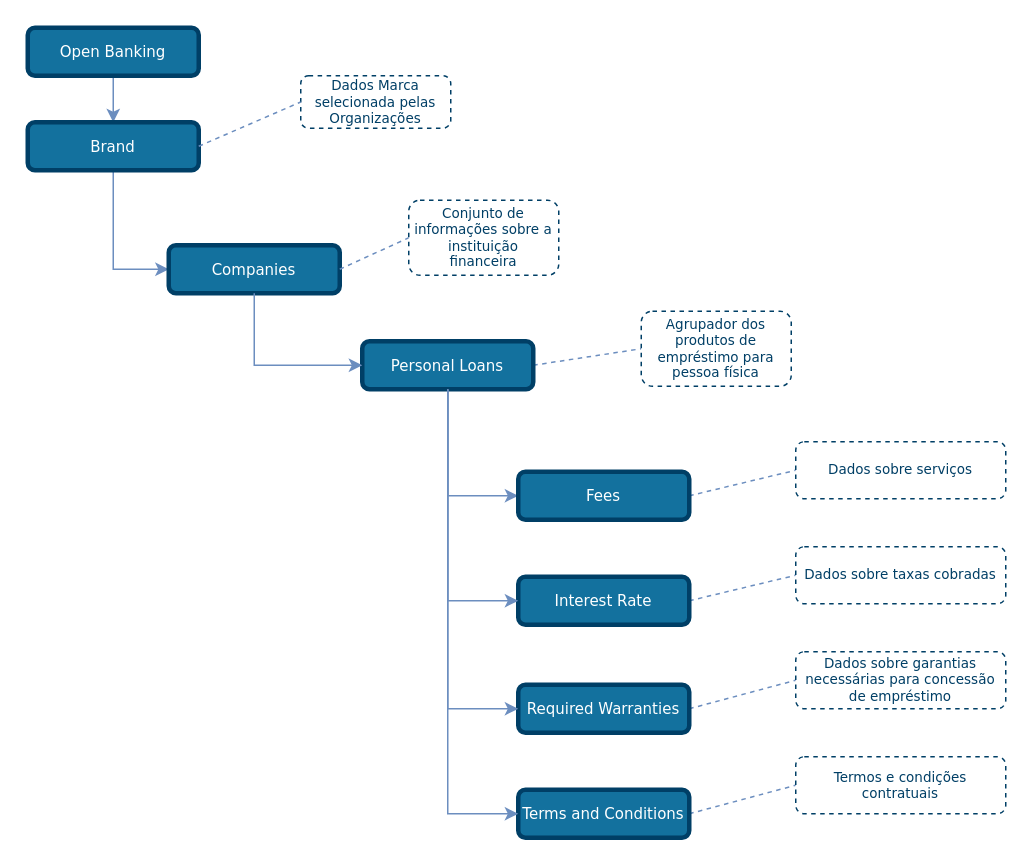
Earlier version of the draw.io diagram draw_io_diagrams/TLD_Personal_Loans_v1.drawio (OpenBanking-Brasil/areadesenvolvedor). Source tidied: cells renumbered, new cells numbered last; positions are measured from the earlier drawing's top-left corner, leaving out a move shared by most shapes. Both pictures are drawn from the tidied source at 150%, with x=0, y=0 at pixel (27, 27).
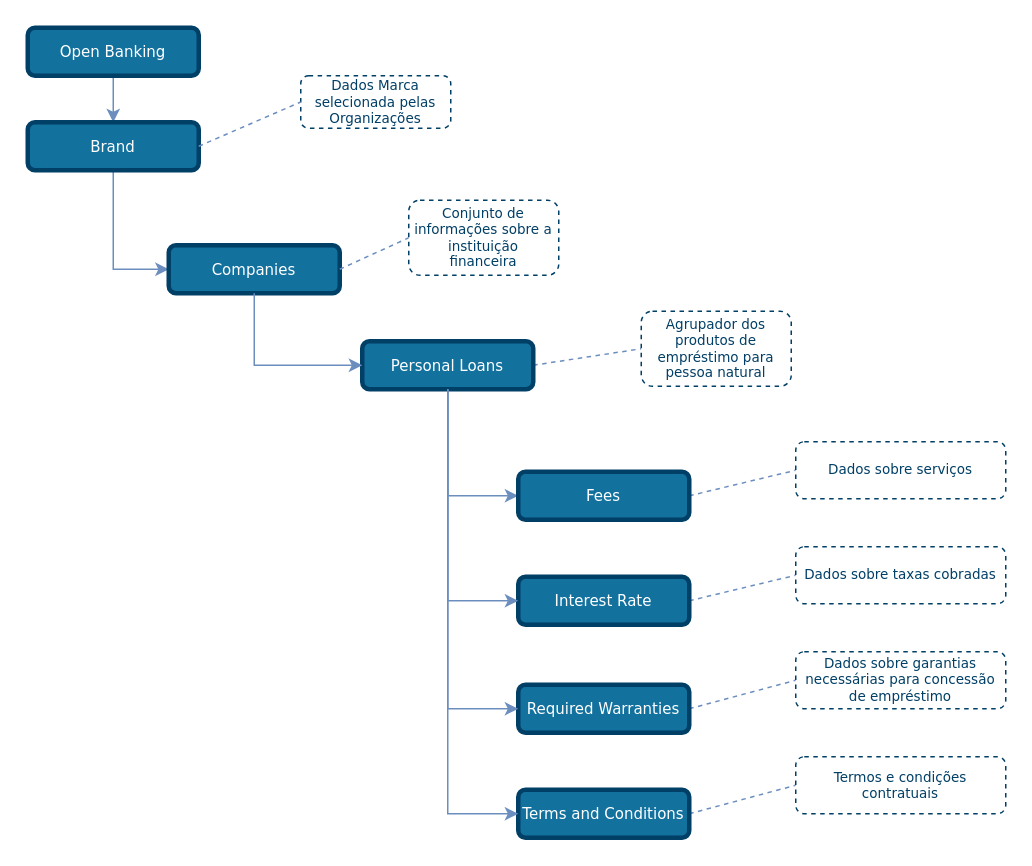
The same page after the edit.

Commit message (it also covers changes not shown here):
alteração diagramas e fotos PN em produtos e serv

What changed in the source:
```diff
@@
-    <mxCell id="11" value="&lt;font style=&quot;font-size: 9px&quot;&gt;Agrupador dos produtos de empréstimo para pessoa física&lt;/font&gt;" style="rounded=1;whiteSpace=wrap;html=1;shadow=0;comic=0;strokeColor=#003F66;strokeWidth=1;fillColor=#ffffff;fontFamily=Verdana;fontSize=9;fontColor=#003F66;dashed=1;spacingLeft=5;spacing=0;spacingRight=5;spacingBottom=5;spacingTop=5;align=center;verticalAlign=middle;gradientColor=#ffffff;" parent="1" vertex="1">
+    <mxCell id="11" value="&lt;font style=&quot;font-size: 9px&quot;&gt;Agrupador dos produtos de empréstimo para pessoa natural&lt;/font&gt;" style="rounded=1;whiteSpace=wrap;html=1;shadow=0;comic=0;strokeColor=#003F66;strokeWidth=1;fillColor=#ffffff;fontFamily=Verdana;fontSize=9;fontColor=#003F66;dashed=1;spacingLeft=5;spacing=0;spacingRight=5;spacingBottom=5;spacingTop=5;align=center;verticalAlign=middle;gradientColor=#ffffff;" parent="1" vertex="1">
       <mxGeometry x="409" y="189" width="100" height="50" as="geometry" />
     </mxCell>
```
